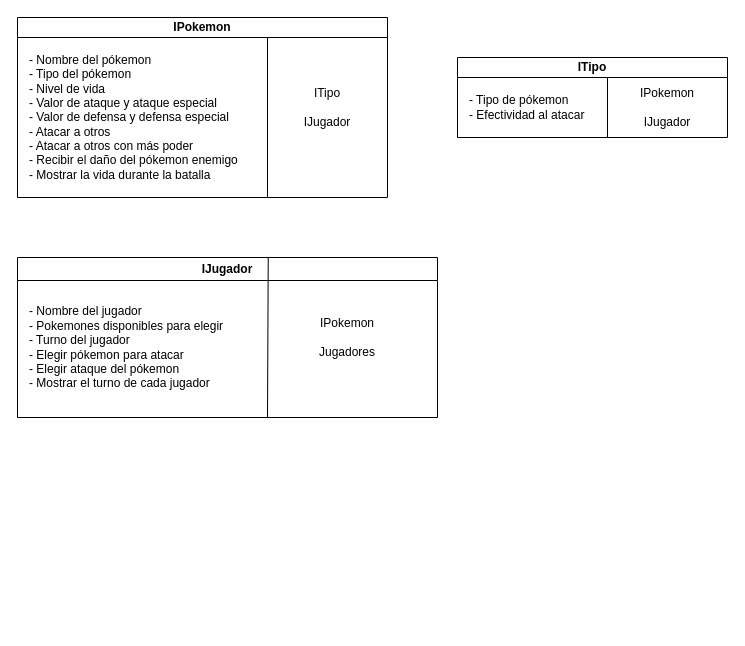
The draw.io diagram docs/Tarjetas CRC Primera Entrega.drawio in ucudal/pii_2024_2_equipo16, before the edit. Source tidied: cells renumbered, new cells numbered last; positions are measured from the earlier drawing's top-left corner, leaving out a move shared by most shapes. Both pictures are drawn from the tidied source at 100%, with x=0, y=0 at pixel (17, 17).
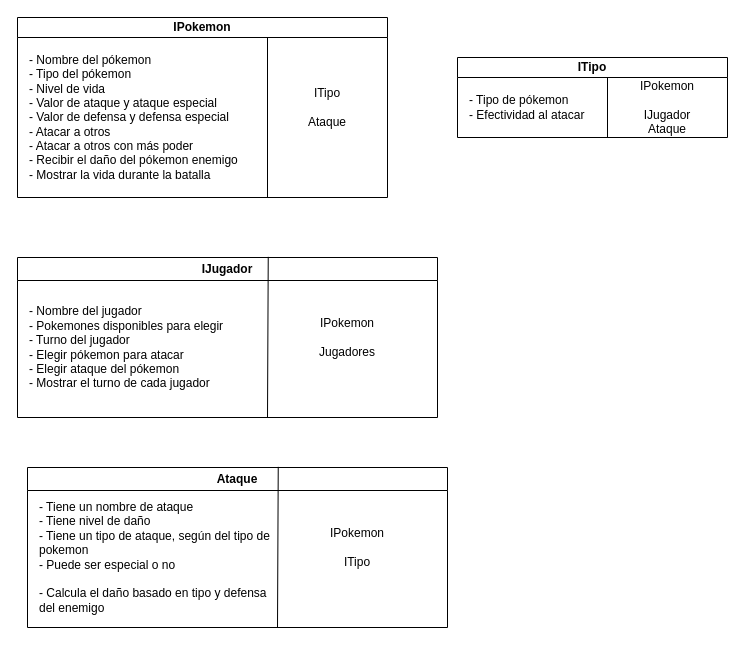
The same diagram, later.

What changed in the source:
```diff
@@
 <mxGraphModel>
   <root>
     <mxCell id="0" />
     <mxCell id="1" parent="0" />
     <mxCell id="2" value="IPokemon" style="swimlane;whiteSpace=wrap;html=1;startSize=20;" parent="1" vertex="1">
       <mxGeometry width="370" height="180" as="geometry" />
     </mxCell>
     <mxCell id="3" value="- Nombre del pókemon&lt;div&gt;&lt;div&gt;&lt;div&gt;- Tipo del pókemon&lt;/div&gt;&lt;div&gt;- Nivel de vida&lt;/div&gt;&lt;div&gt;- Valor de ataque y ataque especial&lt;/div&gt;&lt;/div&gt;&lt;div&gt;- Valor de defensa y defensa especial&lt;/div&gt;&lt;div&gt;- Atacar a otros&lt;/div&gt;&lt;div&gt;- Atacar a otros con más poder&lt;/div&gt;&lt;div&gt;- Recibir el daño del pókemon enemigo&lt;/div&gt;&lt;div&gt;- Mostrar la vida durante la batalla&lt;/div&gt;&lt;/div&gt;" style="text;html=1;align=left;verticalAlign=middle;whiteSpace=wrap;rounded=0;" parent="2" vertex="1">
       <mxGeometry x="10" y="20" width="240" height="160" as="geometry" />
     </mxCell>
     <mxCell id="4" style="endArrow=none;html=1;rounded=0;exitX=1;exitY=1;exitDx=0;exitDy=0;" parent="2" edge="1" source="3">
       <mxGeometry relative="1" as="geometry">
         <mxPoint x="250" y="20" as="targetPoint" />
         <Array as="points">
           <mxPoint x="250" y="20" />
         </Array>
       </mxGeometry>
     </mxCell>
-    <mxCell id="5" value="ITipo&lt;div&gt;&lt;br&gt;&lt;div&gt;IJugador&lt;/div&gt;&lt;/div&gt;" style="text;html=1;align=center;verticalAlign=middle;whiteSpace=wrap;rounded=0;" parent="2" vertex="1">
+    <mxCell id="5" value="ITipo&lt;div&gt;&lt;br&gt;&lt;div&gt;Ataque&lt;/div&gt;&lt;/div&gt;" style="text;html=1;align=center;verticalAlign=middle;whiteSpace=wrap;rounded=0;" parent="2" vertex="1">
       <mxGeometry x="250" y="75" width="120" height="30" as="geometry" />
     </mxCell>
     <mxCell id="6" value="ITipo" style="swimlane;whiteSpace=wrap;html=1;startSize=20;" parent="1" vertex="1">
       <mxGeometry x="440" y="40" width="270" height="80" as="geometry" />
     </mxCell>
     <mxCell id="7" value="- Tipo de pókemon&lt;div&gt;- Efectividad al atacar&lt;/div&gt;" style="text;html=1;align=left;verticalAlign=middle;whiteSpace=wrap;rounded=0;" parent="6" vertex="1">
       <mxGeometry x="10" y="20" width="140" height="60" as="geometry" />
     </mxCell>
-    <mxCell id="8" value="IPokemon&lt;div&gt;&lt;br&gt;&lt;div&gt;IJugador&lt;/div&gt;&lt;/div&gt;" style="text;html=1;align=center;verticalAlign=middle;whiteSpace=wrap;rounded=0;" parent="6" vertex="1">
+    <mxCell id="8" value="IPokemon&lt;div&gt;&lt;br&gt;&lt;div&gt;IJugador&lt;/div&gt;&lt;/div&gt;&lt;div&gt;Ataque&lt;/div&gt;" style="text;html=1;align=center;verticalAlign=middle;whiteSpace=wrap;rounded=0;" parent="6" vertex="1">
       <mxGeometry x="180" y="35" width="60" height="30" as="geometry" />
     </mxCell>
     <mxCell id="9" style="endArrow=none;html=1;rounded=0;exitX=1;exitY=1;exitDx=0;exitDy=0;entryX=1;entryY=0;entryDx=0;entryDy=0;" parent="6" edge="1" source="7" target="7">
       <mxGeometry relative="1" as="geometry" />
     </mxCell>
     <mxCell id="10" value="IJugador" style="swimlane;whiteSpace=wrap;html=1;" parent="1" vertex="1">
       <mxGeometry y="240" width="420" height="160" as="geometry" />
     </mxCell>
     <mxCell id="11" value="- Nombre del jugador&lt;div&gt;- Pokemones disponibles para elegir&lt;/div&gt;&lt;div&gt;- Turno del jugador&lt;/div&gt;&lt;div&gt;- Elegir pókemon para atacar&lt;/div&gt;&lt;div&gt;- Elegir ataque del pókemon&amp;nbsp;&lt;/div&gt;&lt;div&gt;- Mostrar el turno de cada jugador&lt;/div&gt;" style="text;html=1;align=left;verticalAlign=middle;whiteSpace=wrap;rounded=0;" parent="10" vertex="1">
       <mxGeometry x="10" y="20" width="240" height="140" as="geometry" />
     </mxCell>
     <mxCell id="12" style="endArrow=none;html=1;rounded=0;entryX=0.597;entryY=-0.004;entryDx=0;entryDy=0;exitX=1;exitY=1;exitDx=0;exitDy=0;entryPerimeter=0;" parent="10" edge="1" source="11" target="10">
       <mxGeometry relative="1" as="geometry" />
     </mxCell>
     <mxCell id="13" value="IPokemon&lt;div&gt;&lt;br&gt;&lt;/div&gt;&lt;div&gt;Jugadores&lt;/div&gt;" style="text;html=1;align=center;verticalAlign=middle;whiteSpace=wrap;rounded=0;" parent="10" vertex="1">
       <mxGeometry x="300" y="65" width="60" height="30" as="geometry" />
     </mxCell>
+    <mxCell id="14" value="Ataque" style="swimlane;whiteSpace=wrap;html=1;" parent="1" vertex="1">
+      <mxGeometry x="10" y="450" width="420" height="160" as="geometry" />
+    </mxCell>
+    <mxCell id="15" value="- Tiene un nombre de ataque&lt;div&gt;- Tiene nivel de daño&lt;/div&gt;&lt;div&gt;- Tiene un tipo de ataque, según del tipo de pokemon&lt;/div&gt;&lt;div&gt;- Puede ser especial o no&lt;/div&gt;&lt;div&gt;&lt;br&gt;&lt;/div&gt;&lt;div&gt;- Calcula el daño basado en tipo y defensa del enemigo&lt;/div&gt;" style="text;html=1;align=left;verticalAlign=middle;whiteSpace=wrap;rounded=0;" parent="14" vertex="1">
+      <mxGeometry x="10" y="20" width="240" height="140" as="geometry" />
+    </mxCell>
+    <mxCell id="16" style="endArrow=none;html=1;rounded=0;entryX=0.597;entryY=-0.004;entryDx=0;entryDy=0;exitX=1;exitY=1;exitDx=0;exitDy=0;entryPerimeter=0;" parent="14" edge="1" source="15" target="14">
+      <mxGeometry relative="1" as="geometry" />
+    </mxCell>
+    <mxCell id="17" value="IPokemon&lt;div&gt;&lt;br&gt;&lt;/div&gt;&lt;div&gt;ITipo&lt;/div&gt;" style="text;html=1;align=center;verticalAlign=middle;whiteSpace=wrap;rounded=0;" parent="14" vertex="1">
+      <mxGeometry x="300" y="65" width="60" height="30" as="geometry" />
+    </mxCell>
   </root>
 </mxGraphModel>
```
